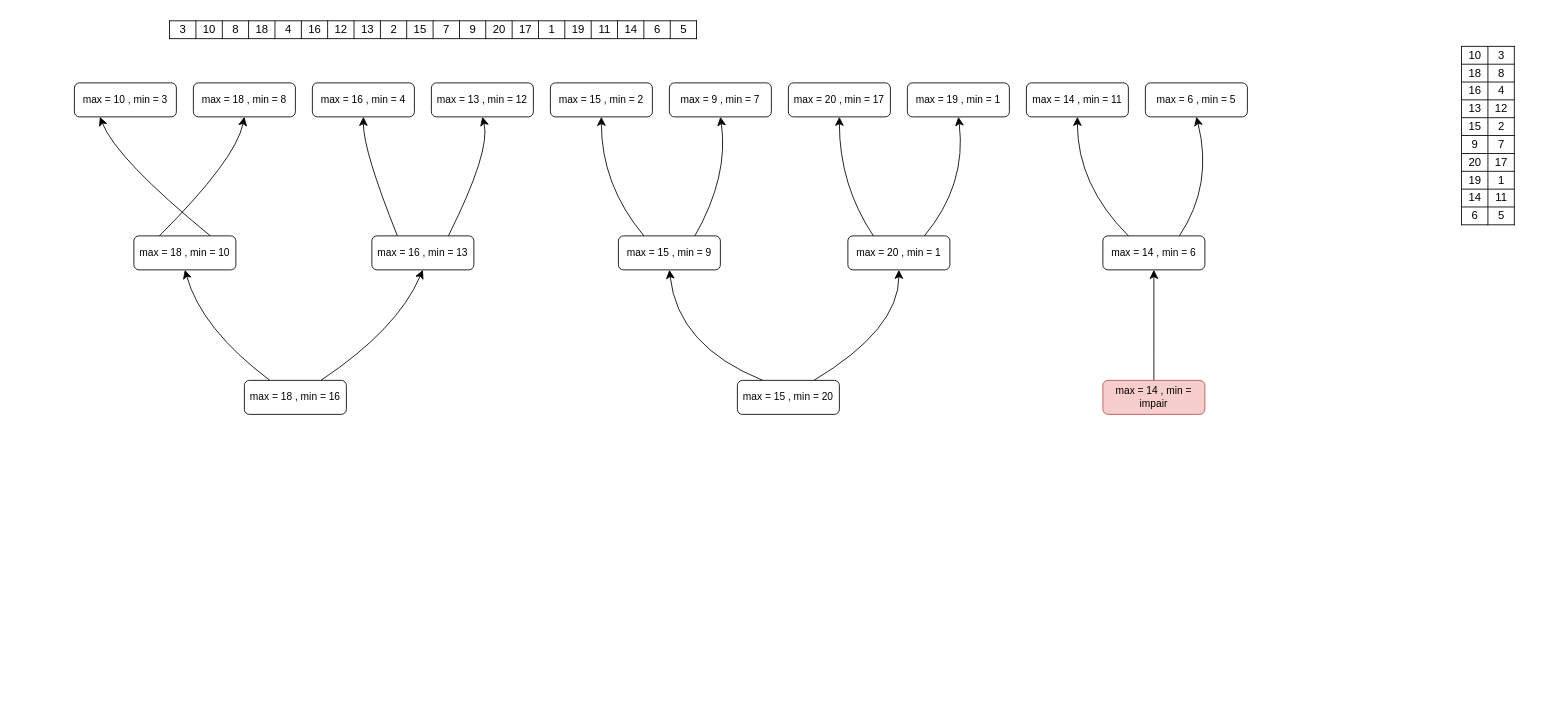
Earlier version of the draw.io diagram CPP-09.drawio (ArmandI0/CPP-42). Source tidied: cells renumbered, new cells numbered last; positions are measured from the earlier drawing's top-left corner, leaving out a move shared by most shapes. Both pictures are drawn from the tidied source at 85%, with x=0, y=0 at pixel (74, 14).
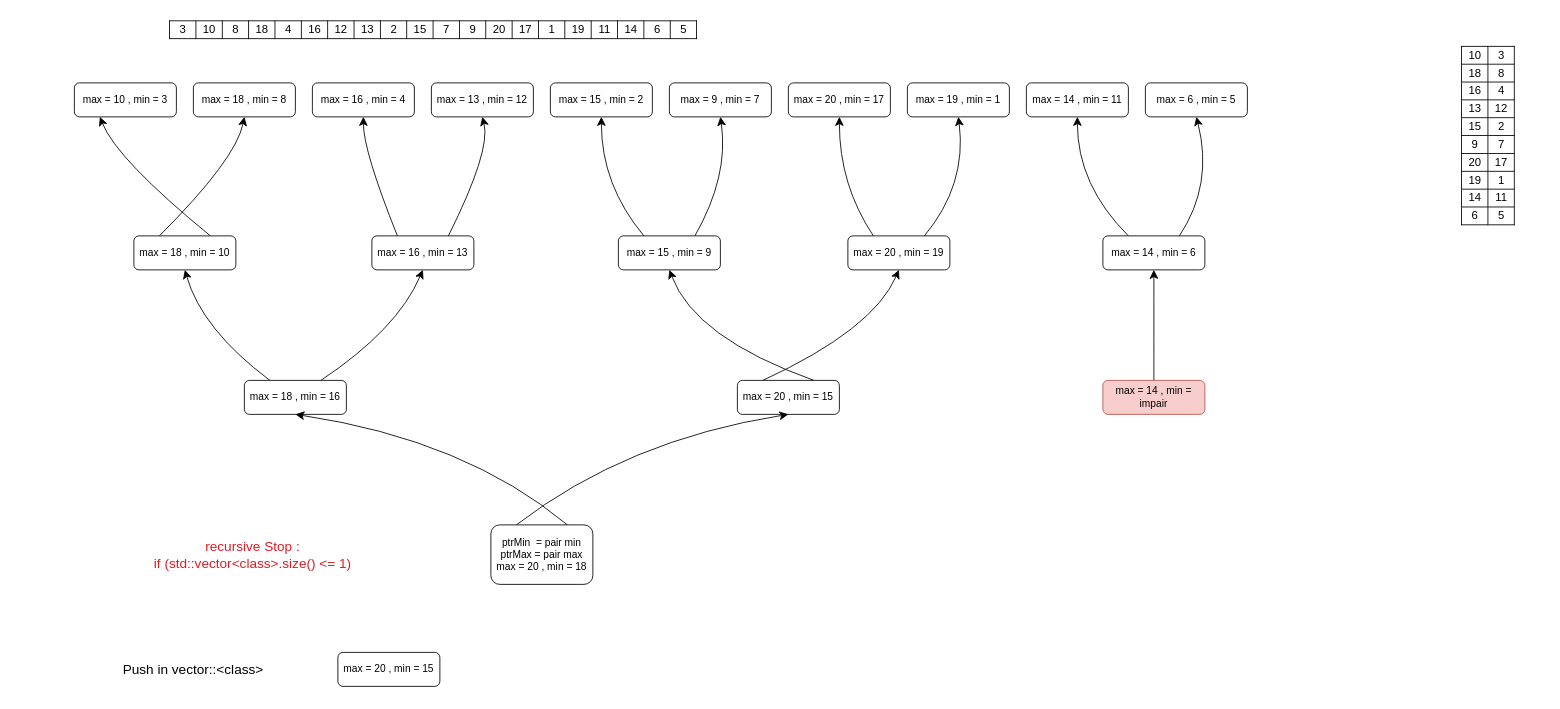
After the change.

The change refers to these unchanged cells:
```xml
<mxCell id="22" value="&lt;div&gt;max = 18 , min = 16&lt;br&gt;&lt;/div&gt;" style="rounded=1;whiteSpace=wrap;html=1;" parent="1" vertex="1">
  <mxGeometry x="200" y="430" width="120" height="40" as="geometry" />
</mxCell>
<mxCell id="25" value="&lt;div&gt;max = 15 , min = 9&lt;br&gt;&lt;/div&gt;" style="rounded=1;whiteSpace=wrap;html=1;" parent="1" vertex="1">
  <mxGeometry x="640" y="260" width="120" height="40" as="geometry" />
</mxCell>
```

What changed in the source:
```diff
@@
-    <mxCell id="28" value="&lt;div&gt;max = 20 , min = 1&lt;br&gt;&lt;/div&gt;" style="rounded=1;whiteSpace=wrap;html=1;" parent="1" vertex="1">
+    <mxCell id="28" value="&lt;div&gt;max = 20 , min = 19&lt;br&gt;&lt;/div&gt;" style="rounded=1;whiteSpace=wrap;html=1;" parent="1" vertex="1">
       <mxGeometry x="910" y="260" width="120" height="40" as="geometry" />
     </mxCell>
@@
+    <mxCell id="33" style="edgeStyle=none;curved=1;rounded=0;jettySize=auto;html=1;exitX=0.25;exitY=0;exitDx=0;exitDy=0;entryX=0.5;entryY=1;entryDx=0;entryDy=0;fontSize=12;startSize=8;endSize=8;" parent="1" edge="1" source="34" target="28">
+      <mxGeometry relative="1" as="geometry">
+        <Array as="points">
+          <mxPoint x="940" y="370" />
+        </Array>
+      </mxGeometry>
+    </mxCell>
-    <mxCell id="32" style="edgeStyle=none;curved=1;rounded=0;jettySize=auto;html=1;exitX=0.25;exitY=0;exitDx=0;exitDy=0;entryX=0.5;entryY=1;entryDx=0;entryDy=0;fontSize=12;startSize=8;endSize=8;" parent="1" edge="1" source="34" target="25">
+    <mxCell id="32" style="edgeStyle=none;curved=1;rounded=0;jettySize=auto;html=1;exitX=0.75;exitY=0;exitDx=0;exitDy=0;entryX=0.5;entryY=1;entryDx=0;entryDy=0;fontSize=12;startSize=8;endSize=8;" parent="1" edge="1" source="34" target="25">
       <mxGeometry relative="1" as="geometry">
         <Array as="points">
-          <mxPoint x="710" y="390" />
+          <mxPoint x="730" y="380" />
         </Array>
       </mxGeometry>
     </mxCell>
-    <mxCell id="33" style="edgeStyle=none;curved=1;rounded=0;jettySize=auto;html=1;exitX=0.75;exitY=0;exitDx=0;exitDy=0;entryX=0.5;entryY=1;entryDx=0;entryDy=0;fontSize=12;startSize=8;endSize=8;" parent="1" edge="1" source="34" target="28">
-      <mxGeometry relative="1" as="geometry">
-        <Array as="points">
-          <mxPoint x="970" y="370" />
-        </Array>
-      </mxGeometry>
-    </mxCell>
-    <mxCell id="34" value="&lt;div&gt;max = 15 , min = 20&lt;br&gt;&lt;/div&gt;" style="rounded=1;whiteSpace=wrap;html=1;" parent="1" vertex="1">
+    <mxCell id="34" value="&lt;div&gt;max = 20 , min = 15&lt;br&gt;&lt;/div&gt;" style="rounded=1;whiteSpace=wrap;html=1;" parent="1" vertex="1">
       <mxGeometry x="780" y="430" width="120" height="40" as="geometry" />
     </mxCell>
@@
+    <mxCell id="37" style="edgeStyle=none;curved=1;rounded=0;jettySize=auto;html=1;exitX=0.75;exitY=0;exitDx=0;exitDy=0;entryX=0.5;entryY=1;entryDx=0;entryDy=0;fontSize=12;startSize=8;endSize=8;" parent="1" edge="1" source="39" target="22">
+      <mxGeometry relative="1" as="geometry">
+        <Array as="points">
+          <mxPoint x="460" y="500" />
+        </Array>
+      </mxGeometry>
+    </mxCell>
+    <mxCell id="38" style="edgeStyle=none;curved=1;rounded=0;jettySize=auto;html=1;exitX=0.25;exitY=0;exitDx=0;exitDy=0;entryX=0.5;entryY=1;entryDx=0;entryDy=0;fontSize=12;startSize=8;endSize=8;" parent="1" edge="1" source="39" target="34">
+      <mxGeometry relative="1" as="geometry">
+        <Array as="points">
+          <mxPoint x="650" y="500" />
+        </Array>
+      </mxGeometry>
+    </mxCell>
+    <mxCell id="39" value="&lt;div&gt;ptrMin&amp;nbsp; = pair min&lt;/div&gt;&lt;div&gt;ptrMax = pair max&lt;br&gt;&lt;/div&gt;&lt;div&gt;max = 20 , min = 18&lt;br&gt;&lt;/div&gt;" style="rounded=1;whiteSpace=wrap;html=1;" parent="1" vertex="1">
+      <mxGeometry x="490" y="600" width="120" height="70" as="geometry" />
+    </mxCell>
+    <mxCell id="40" value="&lt;div&gt;&lt;font color=&quot;#e01b24&quot;&gt;recursive Stop :&lt;br&gt;&lt;/font&gt;&lt;/div&gt;&lt;div&gt;&lt;font color=&quot;#e01b24&quot;&gt;if (std::vector&amp;lt;class&amp;gt;.size() &amp;lt;= 1)&lt;/font&gt;&lt;/div&gt;" style="text;html=1;align=center;verticalAlign=middle;whiteSpace=wrap;rounded=0;fontSize=16;" parent="1" vertex="1">
+      <mxGeometry x="50" y="605" width="320" height="60" as="geometry" />
+    </mxCell>
+    <mxCell id="41" value="Push in vector::&amp;lt;class&amp;gt;" style="text;html=1;align=center;verticalAlign=middle;whiteSpace=wrap;rounded=0;fontSize=16;" parent="1" vertex="1">
+      <mxGeometry x="-70" y="740" width="420" height="60" as="geometry" />
+    </mxCell>
+    <mxCell id="42" value="&lt;div&gt;max = 20 , min = 15&lt;br&gt;&lt;/div&gt;" style="rounded=1;whiteSpace=wrap;html=1;" parent="1" vertex="1">
+      <mxGeometry x="310" y="750" width="120" height="40" as="geometry" />
+    </mxCell>
```
